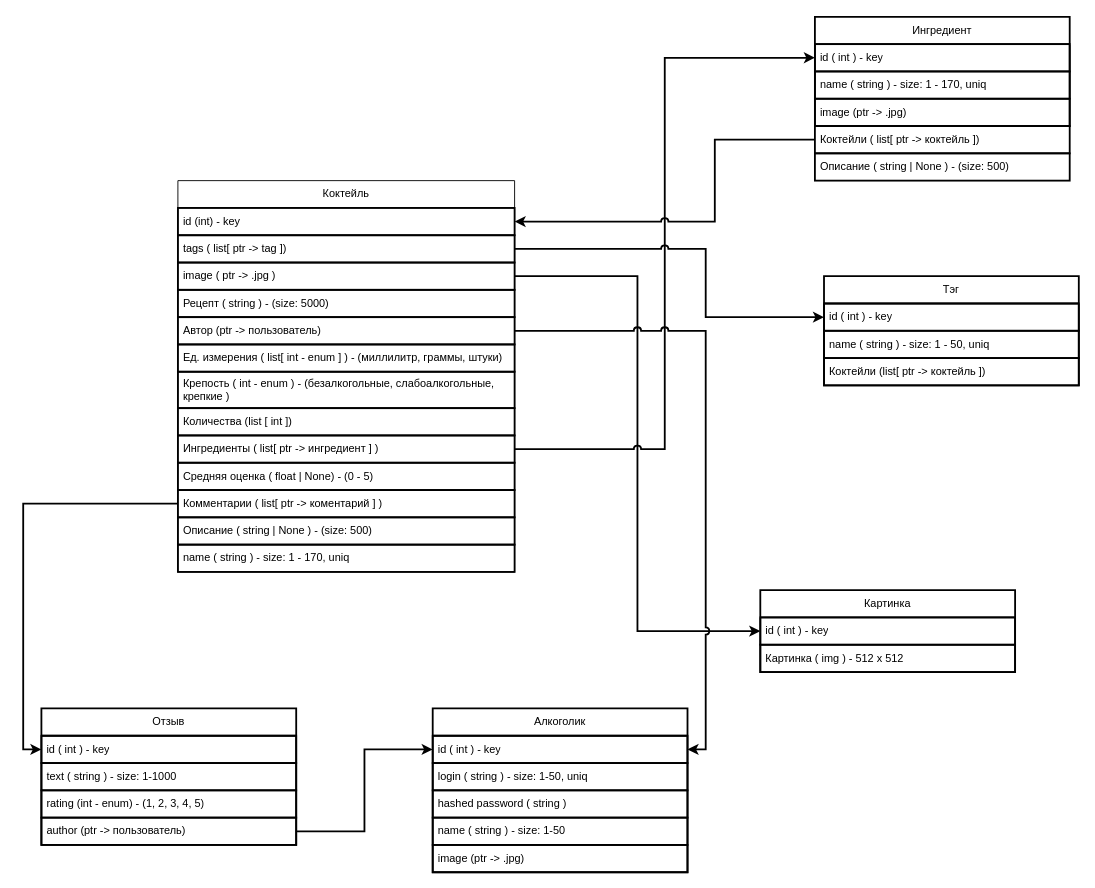
Before: DrunkDiagram.drawio in Rudovich1/DrunkMate, a draw.io diagram. Source tidied: cells renumbered, new cells numbered last; positions are measured from the earlier drawing's top-left corner, leaving out a move shared by most shapes. Both pictures are drawn from the tidied source at 91%, with x=0, y=0 at pixel (41, 16).
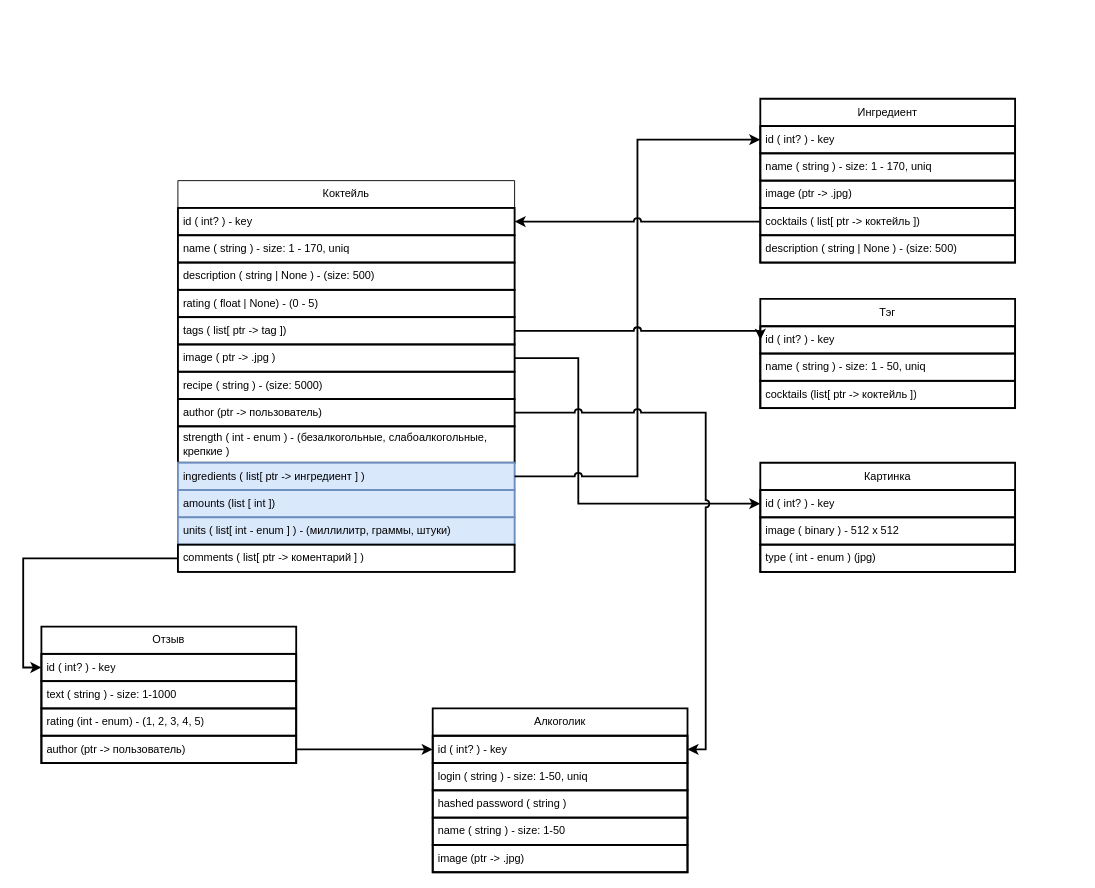
The same page after the edit.

The change refers to these unchanged cells:
```xml
<mxCell id="2" value="Коктейль" style="swimlane;fontStyle=0;horizontal=1;startSize=30;whiteSpace=wrap;html=1;" parent="1" vertex="1">
  <mxGeometry x="150" y="180" width="370" height="430" as="geometry" />
</mxCell>
<mxCell id="36" value="Алкоголик" style="swimlane;fontStyle=0;horizontal=1;startSize=30;whiteSpace=wrap;html=1;strokeColor=default;strokeWidth=2;" parent="1" vertex="1">
  <mxGeometry x="430" y="760" width="280" height="180" as="geometry" />
</mxCell>
```

The edit, as a diff of the source:
```diff
@@
-    <mxCell id="3" value="id (int) - key" style="text;strokeColor=default;fillColor=none;align=left;verticalAlign=middle;spacingLeft=4;spacingRight=4;overflow=hidden;points=[[0,0.5],[1,0.5]];portConstraint=eastwest;whiteSpace=wrap;html=1;strokeWidth=2;" parent="2" vertex="1">
+    <mxCell id="3" value="id ( int? ) - key" style="text;strokeColor=default;fillColor=none;align=left;verticalAlign=middle;spacingLeft=4;spacingRight=4;overflow=hidden;points=[[0,0.5],[1,0.5]];portConstraint=eastwest;whiteSpace=wrap;html=1;strokeWidth=2;" parent="2" vertex="1">
       <mxGeometry y="30" width="370" height="30" as="geometry" />
     </mxCell>
+    <mxCell id="15" value="name ( string ) - size: 1 - 170, uniq" style="text;strokeColor=default;fillColor=none;align=left;verticalAlign=middle;spacingLeft=4;spacingRight=4;overflow=hidden;whiteSpace=wrap;html=1;strokeWidth=2;" parent="2" vertex="1">
+      <mxGeometry y="60" width="370" height="30" as="geometry" />
+    </mxCell>
+    <mxCell id="14" value="description ( string | None ) - (size: 500)&amp;nbsp;" style="text;strokeColor=default;fillColor=none;align=left;verticalAlign=middle;spacingLeft=4;spacingRight=4;overflow=hidden;whiteSpace=wrap;html=1;strokeWidth=2;" parent="2" vertex="1">
+      <mxGeometry y="90" width="370" height="30" as="geometry" />
+    </mxCell>
+    <mxCell id="12" value="rating ( float | None) - (0 - 5)" style="text;strokeColor=default;fillColor=none;align=left;verticalAlign=middle;spacingLeft=4;spacingRight=4;overflow=hidden;whiteSpace=wrap;html=1;strokeWidth=2;" parent="2" vertex="1">
+      <mxGeometry y="120" width="370" height="30" as="geometry" />
+    </mxCell>
     <mxCell id="4" value="tags ( list[ ptr -&amp;gt; tag ])" style="text;strokeColor=default;fillColor=none;align=left;verticalAlign=middle;spacingLeft=4;spacingRight=4;overflow=hidden;points=[[0,0.5],[1,0.5]];portConstraint=eastwest;whiteSpace=wrap;html=1;strokeWidth=2;" parent="2" vertex="1">
-      <mxGeometry y="60" width="370" height="30" as="geometry" />
+      <mxGeometry y="150" width="370" height="30" as="geometry" />
     </mxCell>
     <mxCell id="5" value="image ( ptr -&amp;gt; .jpg )" style="text;strokeColor=default;fillColor=none;align=left;verticalAlign=middle;spacingLeft=4;spacingRight=4;overflow=hidden;points=[[0,0.5],[1,0.5]];portConstraint=eastwest;whiteSpace=wrap;html=1;strokeWidth=2;" parent="2" vertex="1">
-      <mxGeometry y="90" width="370" height="30" as="geometry" />
+      <mxGeometry y="180" width="370" height="30" as="geometry" />
     </mxCell>
-    <mxCell id="6" value="Рецепт ( string ) - (size: 5000)" style="text;strokeColor=default;fillColor=none;align=left;verticalAlign=middle;spacingLeft=4;spacingRight=4;overflow=hidden;whiteSpace=wrap;html=1;strokeWidth=2;" parent="2" vertex="1">
-      <mxGeometry y="120" width="370" height="30" as="geometry" />
+    <mxCell id="6" value="recipe ( string ) - (size: 5000)" style="text;strokeColor=default;fillColor=none;align=left;verticalAlign=middle;spacingLeft=4;spacingRight=4;overflow=hidden;whiteSpace=wrap;html=1;strokeWidth=2;" parent="2" vertex="1">
+      <mxGeometry y="210" width="370" height="30" as="geometry" />
     </mxCell>
-    <mxCell id="7" value="Автор (ptr -&amp;gt; пользователь)" style="text;strokeColor=default;fillColor=none;align=left;verticalAlign=middle;spacingLeft=4;spacingRight=4;overflow=hidden;points=[[0,0.5],[1,0.5]];portConstraint=eastwest;whiteSpace=wrap;html=1;strokeWidth=2;" parent="2" vertex="1">
-      <mxGeometry y="150" width="370" height="30" as="geometry" />
+    <mxCell id="7" value="author (ptr -&amp;gt; пользователь)" style="text;strokeColor=default;fillColor=none;align=left;verticalAlign=middle;spacingLeft=4;spacingRight=4;overflow=hidden;points=[[0,0.5],[1,0.5]];portConstraint=eastwest;whiteSpace=wrap;html=1;strokeWidth=2;" parent="2" vertex="1">
+      <mxGeometry y="240" width="370" height="30" as="geometry" />
     </mxCell>
+    <mxCell id="9" value="strength&amp;nbsp;( int - enum ) - (безалкогольные, слабоалкогольные, крепкие )" style="text;strokeColor=default;fillColor=none;align=left;verticalAlign=middle;spacingLeft=4;spacingRight=4;overflow=hidden;whiteSpace=wrap;html=1;strokeWidth=2;" parent="2" vertex="1">
+      <mxGeometry y="270" width="370" height="40" as="geometry" />
+    </mxCell>
+    <mxCell id="11" value="ingredients ( list[ ptr -&amp;gt; ингредиент ] )" style="text;strokeColor=#6c8ebf;fillColor=#dae8fc;align=left;verticalAlign=middle;spacingLeft=4;spacingRight=4;overflow=hidden;points=[[0,0.5],[1,0.5]];portConstraint=eastwest;whiteSpace=wrap;html=1;strokeWidth=2;" parent="2" vertex="1">
+      <mxGeometry y="310" width="370" height="30" as="geometry" />
+    </mxCell>
+    <mxCell id="10" value="amounts (list [ int ])&amp;nbsp;" style="text;strokeColor=#6c8ebf;fillColor=#dae8fc;align=left;verticalAlign=middle;spacingLeft=4;spacingRight=4;overflow=hidden;whiteSpace=wrap;html=1;strokeWidth=2;" parent="2" vertex="1">
+      <mxGeometry y="340" width="370" height="30" as="geometry" />
+    </mxCell>
-    <mxCell id="8" value="Ед. измерения ( list[ int - enum ] ) - (миллилитр, граммы, штуки)" style="text;strokeColor=default;fillColor=none;align=left;verticalAlign=middle;spacingLeft=4;spacingRight=4;overflow=hidden;whiteSpace=wrap;html=1;strokeWidth=2;" parent="2" vertex="1">
-      <mxGeometry y="180" width="370" height="30" as="geometry" />
+    <mxCell id="8" value="units ( list[ int - enum ] ) - (миллилитр, граммы, штуки)" style="text;strokeColor=#6c8ebf;fillColor=#dae8fc;align=left;verticalAlign=middle;spacingLeft=4;spacingRight=4;overflow=hidden;whiteSpace=wrap;html=1;strokeWidth=2;" parent="2" vertex="1">
+      <mxGeometry y="370" width="370" height="30" as="geometry" />
     </mxCell>
-    <mxCell id="9" value="Крепость ( int - enum ) - (безалкогольные, слабоалкогольные, крепкие )" style="text;strokeColor=default;fillColor=none;align=left;verticalAlign=middle;spacingLeft=4;spacingRight=4;overflow=hidden;whiteSpace=wrap;html=1;strokeWidth=2;" parent="2" vertex="1">
-      <mxGeometry y="210" width="370" height="40" as="geometry" />
-    </mxCell>
-    <mxCell id="10" value="Количества (list [ int ])&amp;nbsp;" style="text;strokeColor=default;fillColor=none;align=left;verticalAlign=middle;spacingLeft=4;spacingRight=4;overflow=hidden;whiteSpace=wrap;html=1;strokeWidth=2;" parent="2" vertex="1">
-      <mxGeometry y="250" width="370" height="30" as="geometry" />
-    </mxCell>
-    <mxCell id="11" value="Ингредиенты ( list[ ptr -&amp;gt; ингредиент ] )" style="text;strokeColor=default;fillColor=none;align=left;verticalAlign=middle;spacingLeft=4;spacingRight=4;overflow=hidden;points=[[0,0.5],[1,0.5]];portConstraint=eastwest;whiteSpace=wrap;html=1;strokeWidth=2;" parent="2" vertex="1">
-      <mxGeometry y="280" width="370" height="30" as="geometry" />
-    </mxCell>
-    <mxCell id="12" value="Средняя оценка ( float | None) - (0 - 5)" style="text;strokeColor=default;fillColor=none;align=left;verticalAlign=middle;spacingLeft=4;spacingRight=4;overflow=hidden;whiteSpace=wrap;html=1;strokeWidth=2;" parent="2" vertex="1">
-      <mxGeometry y="310" width="370" height="30" as="geometry" />
-    </mxCell>
-    <mxCell id="13" value="Комментарии ( list[ ptr -&amp;gt; коментарий ] )" style="text;strokeColor=default;fillColor=none;align=left;verticalAlign=middle;spacingLeft=4;spacingRight=4;overflow=hidden;points=[[0,0.5],[1,0.5]];portConstraint=eastwest;whiteSpace=wrap;html=1;strokeWidth=2;" parent="2" vertex="1">
-      <mxGeometry y="340" width="370" height="30" as="geometry" />
+    <mxCell id="13" value="comments ( list[ ptr -&amp;gt; коментарий ] )" style="text;strokeColor=default;fillColor=none;align=left;verticalAlign=middle;spacingLeft=4;spacingRight=4;overflow=hidden;points=[[0,0.5],[1,0.5]];portConstraint=eastwest;whiteSpace=wrap;html=1;strokeWidth=2;" parent="2" vertex="1">
+      <mxGeometry y="400" width="370" height="30" as="geometry" />
     </mxCell>
-    <mxCell id="14" value="Описание ( string | None ) - (size: 500)&amp;nbsp;" style="text;strokeColor=default;fillColor=none;align=left;verticalAlign=middle;spacingLeft=4;spacingRight=4;overflow=hidden;whiteSpace=wrap;html=1;strokeWidth=2;" parent="2" vertex="1">
-      <mxGeometry y="370" width="370" height="30" as="geometry" />
-    </mxCell>
-    <mxCell id="15" value="name ( string ) - size: 1 - 170, uniq" style="text;strokeColor=default;fillColor=none;align=left;verticalAlign=middle;spacingLeft=4;spacingRight=4;overflow=hidden;whiteSpace=wrap;html=1;strokeWidth=2;" parent="2" vertex="1">
-      <mxGeometry y="400" width="370" height="30" as="geometry" />
-    </mxCell>
     <mxCell id="16" style="edgeStyle=orthogonalEdgeStyle;rounded=0;jettySize=auto;html=1;entryX=0;entryY=0.5;entryDx=0;entryDy=0;strokeWidth=2;jumpStyle=arc;" parent="1" edge="1" source="5" target="44">
-      <mxGeometry relative="1" as="geometry" />
+      <mxGeometry relative="1" as="geometry">
+        <Array as="points">
+          <mxPoint x="590" y="375" />
+          <mxPoint x="590" y="535" />
+        </Array>
+      </mxGeometry>
     </mxCell>
@@
     <mxCell id="19" value="Ингредиент" style="swimlane;fontStyle=0;horizontal=1;startSize=30;whiteSpace=wrap;html=1;strokeColor=default;strokeWidth=2;" parent="1" vertex="1">
-      <mxGeometry x="850" width="280" height="120" as="geometry" />
+      <mxGeometry x="790" y="90" width="280" height="180" as="geometry" />
     </mxCell>
-    <mxCell id="20" value="id ( int ) - key" style="text;strokeColor=default;fillColor=none;align=left;verticalAlign=middle;spacingLeft=4;spacingRight=4;overflow=hidden;points=[[0,0.5],[1,0.5]];portConstraint=eastwest;whiteSpace=wrap;html=1;strokeWidth=2;" parent="19" vertex="1">
+    <mxCell id="20" value="id ( int? ) - key" style="text;strokeColor=default;fillColor=none;align=left;verticalAlign=middle;spacingLeft=4;spacingRight=4;overflow=hidden;points=[[0,0.5],[1,0.5]];portConstraint=eastwest;whiteSpace=wrap;html=1;strokeWidth=2;" parent="19" vertex="1">
       <mxGeometry y="30" width="280" height="30" as="geometry" />
     </mxCell>
@@
-    <mxCell id="23" style="rounded=0;jumpStyle=arc;jettySize=auto;html=1;entryX=1;entryY=0.5;entryDx=0;entryDy=0;strokeWidth=2;edgeStyle=orthogonalEdgeStyle;" parent="1" edge="1" source="24" target="3">
-      <mxGeometry relative="1" as="geometry">
-        <Array as="points">
-          <mxPoint x="740" y="135" />
-          <mxPoint x="740" y="225" />
-        </Array>
-      </mxGeometry>
-    </mxCell>
-    <mxCell id="24" value="Коктейли ( list[ ptr -&amp;gt; коктейль ])" style="text;strokeColor=default;fillColor=none;align=left;verticalAlign=middle;spacingLeft=4;spacingRight=4;overflow=hidden;points=[[0,0.5],[1,0.5]];portConstraint=eastwest;whiteSpace=wrap;html=1;strokeWidth=2;" parent="1" vertex="1">
-      <mxGeometry x="850" y="120" width="280" height="30" as="geometry" />
+    <mxCell id="24" value="cocktails ( list[ ptr -&amp;gt; коктейль ])" style="text;strokeColor=default;fillColor=none;align=left;verticalAlign=middle;spacingLeft=4;spacingRight=4;overflow=hidden;points=[[0,0.5],[1,0.5]];portConstraint=eastwest;whiteSpace=wrap;html=1;strokeWidth=2;" parent="19" vertex="1">
+      <mxGeometry y="120" width="280" height="30" as="geometry" />
     </mxCell>
-    <mxCell id="25" value="Описание ( string | None ) - (size: 500)" style="text;strokeColor=default;fillColor=none;align=left;verticalAlign=middle;spacingLeft=4;spacingRight=4;overflow=hidden;whiteSpace=wrap;html=1;strokeWidth=2;" parent="1" vertex="1">
-      <mxGeometry x="850" y="150" width="280" height="30" as="geometry" />
+    <mxCell id="25" value="description ( string | None ) - (size: 500)" style="text;strokeColor=default;fillColor=none;align=left;verticalAlign=middle;spacingLeft=4;spacingRight=4;overflow=hidden;whiteSpace=wrap;html=1;strokeWidth=2;" parent="19" vertex="1">
+      <mxGeometry y="150" width="280" height="30" as="geometry" />
     </mxCell>
+    <mxCell id="23" style="rounded=0;jumpStyle=arc;jettySize=auto;html=1;entryX=1;entryY=0.5;entryDx=0;entryDy=0;strokeWidth=2;edgeStyle=orthogonalEdgeStyle;" parent="1" edge="1" source="24" target="3">
+      <mxGeometry relative="1" as="geometry">
+        <Array as="points">
+          <mxPoint x="800" y="225" />
+          <mxPoint x="800" y="225" />
+        </Array>
+      </mxGeometry>
+    </mxCell>
     <mxCell id="26" value="Тэг" style="swimlane;fontStyle=0;horizontal=1;startSize=30;whiteSpace=wrap;html=1;strokeColor=default;strokeWidth=2;" parent="1" vertex="1">
-      <mxGeometry x="860" y="285" width="280" height="120" as="geometry" />
+      <mxGeometry x="790" y="310" width="280" height="120" as="geometry" />
     </mxCell>
-    <mxCell id="27" value="id ( int ) - key" style="text;strokeColor=default;fillColor=none;align=left;verticalAlign=middle;spacingLeft=4;spacingRight=4;overflow=hidden;points=[[0,0.5],[1,0.5]];portConstraint=eastwest;whiteSpace=wrap;html=1;strokeWidth=2;" parent="26" vertex="1">
+    <mxCell id="27" value="id ( int? ) - key" style="text;strokeColor=default;fillColor=none;align=left;verticalAlign=middle;spacingLeft=4;spacingRight=4;overflow=hidden;points=[[0,0.5],[1,0.5]];portConstraint=eastwest;whiteSpace=wrap;html=1;strokeWidth=2;" parent="26" vertex="1">
       <mxGeometry y="30" width="280" height="30" as="geometry" />
     </mxCell>
@@
-    <mxCell id="29" value="Коктейли (list[ ptr -&amp;gt; коктейль ])" style="text;strokeColor=default;fillColor=none;align=left;verticalAlign=middle;spacingLeft=4;spacingRight=4;overflow=hidden;whiteSpace=wrap;html=1;strokeWidth=2;" parent="26" vertex="1">
+    <mxCell id="29" value="cocktails (list[ ptr -&amp;gt; коктейль ])" style="text;strokeColor=default;fillColor=none;align=left;verticalAlign=middle;spacingLeft=4;spacingRight=4;overflow=hidden;whiteSpace=wrap;html=1;strokeWidth=2;" parent="26" vertex="1">
       <mxGeometry y="90" width="280" height="30" as="geometry" />
     </mxCell>
     <mxCell id="30" value="Отзыв" style="swimlane;fontStyle=0;horizontal=1;startSize=30;whiteSpace=wrap;html=1;strokeColor=default;strokeWidth=2;" parent="1" vertex="1">
-      <mxGeometry y="760" width="280" height="150" as="geometry" />
+      <mxGeometry y="670" width="280" height="150" as="geometry" />
     </mxCell>
-    <mxCell id="31" value="id ( int ) - key" style="text;strokeColor=default;fillColor=none;align=left;verticalAlign=middle;spacingLeft=4;spacingRight=4;overflow=hidden;points=[[0,0.5],[1,0.5]];portConstraint=eastwest;whiteSpace=wrap;html=1;strokeWidth=2;" parent="30" vertex="1">
+    <mxCell id="31" value="id ( int? ) - key" style="text;strokeColor=default;fillColor=none;align=left;verticalAlign=middle;spacingLeft=4;spacingRight=4;overflow=hidden;points=[[0,0.5],[1,0.5]];portConstraint=eastwest;whiteSpace=wrap;html=1;strokeWidth=2;" parent="30" vertex="1">
       <mxGeometry y="30" width="280" height="30" as="geometry" />
     </mxCell>
@@
-    <mxCell id="37" value="id ( int ) - key" style="text;strokeColor=default;fillColor=none;align=left;verticalAlign=middle;spacingLeft=4;spacingRight=4;overflow=hidden;points=[[0,0.5],[1,0.5]];portConstraint=eastwest;whiteSpace=wrap;html=1;strokeWidth=2;" parent="36" vertex="1">
+    <mxCell id="37" value="id ( int? ) - key" style="text;strokeColor=default;fillColor=none;align=left;verticalAlign=middle;spacingLeft=4;spacingRight=4;overflow=hidden;points=[[0,0.5],[1,0.5]];portConstraint=eastwest;whiteSpace=wrap;html=1;strokeWidth=2;" parent="36" vertex="1">
       <mxGeometry y="30" width="280" height="30" as="geometry" />
     </mxCell>
@@
     <mxCell id="43" value="Картинка" style="swimlane;fontStyle=0;horizontal=1;startSize=30;whiteSpace=wrap;html=1;strokeColor=default;strokeWidth=2;" parent="1" vertex="1">
-      <mxGeometry x="790" y="630" width="280" height="90" as="geometry" />
+      <mxGeometry x="790" y="490" width="280" height="120" as="geometry" />
     </mxCell>
-    <mxCell id="44" value="id ( int ) - key" style="text;strokeColor=default;fillColor=none;align=left;verticalAlign=middle;spacingLeft=4;spacingRight=4;overflow=hidden;points=[[0,0.5],[1,0.5]];portConstraint=eastwest;whiteSpace=wrap;html=1;strokeWidth=2;" parent="43" vertex="1">
+    <mxCell id="44" value="id ( int? ) - key" style="text;strokeColor=default;fillColor=none;align=left;verticalAlign=middle;spacingLeft=4;spacingRight=4;overflow=hidden;points=[[0,0.5],[1,0.5]];portConstraint=eastwest;whiteSpace=wrap;html=1;strokeWidth=2;" parent="43" vertex="1">
       <mxGeometry y="30" width="280" height="30" as="geometry" />
     </mxCell>
-    <mxCell id="45" value="Картинка ( img ) - 512 x 512" style="text;strokeColor=default;fillColor=none;align=left;verticalAlign=middle;spacingLeft=4;spacingRight=4;overflow=hidden;whiteSpace=wrap;html=1;strokeWidth=2;" parent="43" vertex="1">
+    <mxCell id="45" value="image ( binary ) - 512 x 512" style="text;strokeColor=default;fillColor=none;align=left;verticalAlign=middle;spacingLeft=4;spacingRight=4;overflow=hidden;whiteSpace=wrap;html=1;strokeWidth=2;" parent="43" vertex="1">
       <mxGeometry y="60" width="280" height="30" as="geometry" />
     </mxCell>
+    <mxCell id="47" value="type ( int - enum ) (jpg)" style="text;strokeColor=default;fillColor=none;align=left;verticalAlign=middle;spacingLeft=4;spacingRight=4;overflow=hidden;whiteSpace=wrap;html=1;strokeWidth=2;" parent="43" vertex="1">
+      <mxGeometry y="90" width="280" height="30" as="geometry" />
+    </mxCell>
-    <mxCell id="46" style="edgeStyle=orthogonalEdgeStyle;rounded=0;jumpStyle=arc;jettySize=auto;html=1;entryX=0;entryY=0.5;entryDx=0;entryDy=0;strokeWidth=2;" parent="1" edge="1" source="4" target="27">
+    <mxCell id="46" style="edgeStyle=orthogonalEdgeStyle;rounded=0;jumpStyle=arc;jettySize=auto;html=1;entryX=0;entryY=0.5;entryDx=0;entryDy=0;strokeWidth=2;exitX=1;exitY=0.5;exitDx=0;exitDy=0;" parent="1" edge="1" source="4" target="27">
       <mxGeometry relative="1" as="geometry">
         <Array as="points">
-          <mxPoint x="730" y="255" />
-          <mxPoint x="730" y="330" />
+          <mxPoint x="750" y="345" />
+          <mxPoint x="750" y="345" />
         </Array>
       </mxGeometry>
     </mxCell>
```
